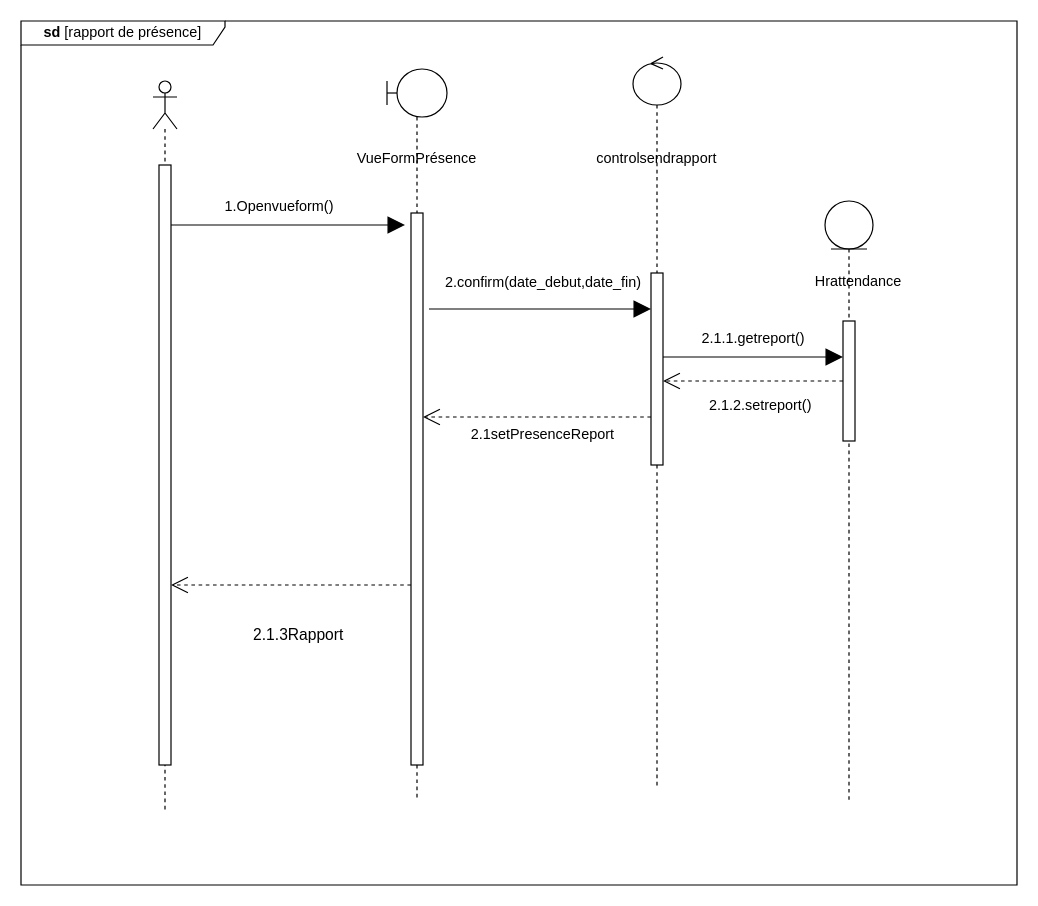
Before: static/Diagramme de séquence conceptuel rapport de présence.drawio in Siluearsene/borne_biometrique, a draw.io diagram. Source tidied: cells renumbered, new cells numbered last; positions are measured from the earlier drawing's top-left corner, leaving out a move shared by most shapes. Both pictures are drawn from the tidied source at 120%, with x=0, y=0 at pixel (20, 20).
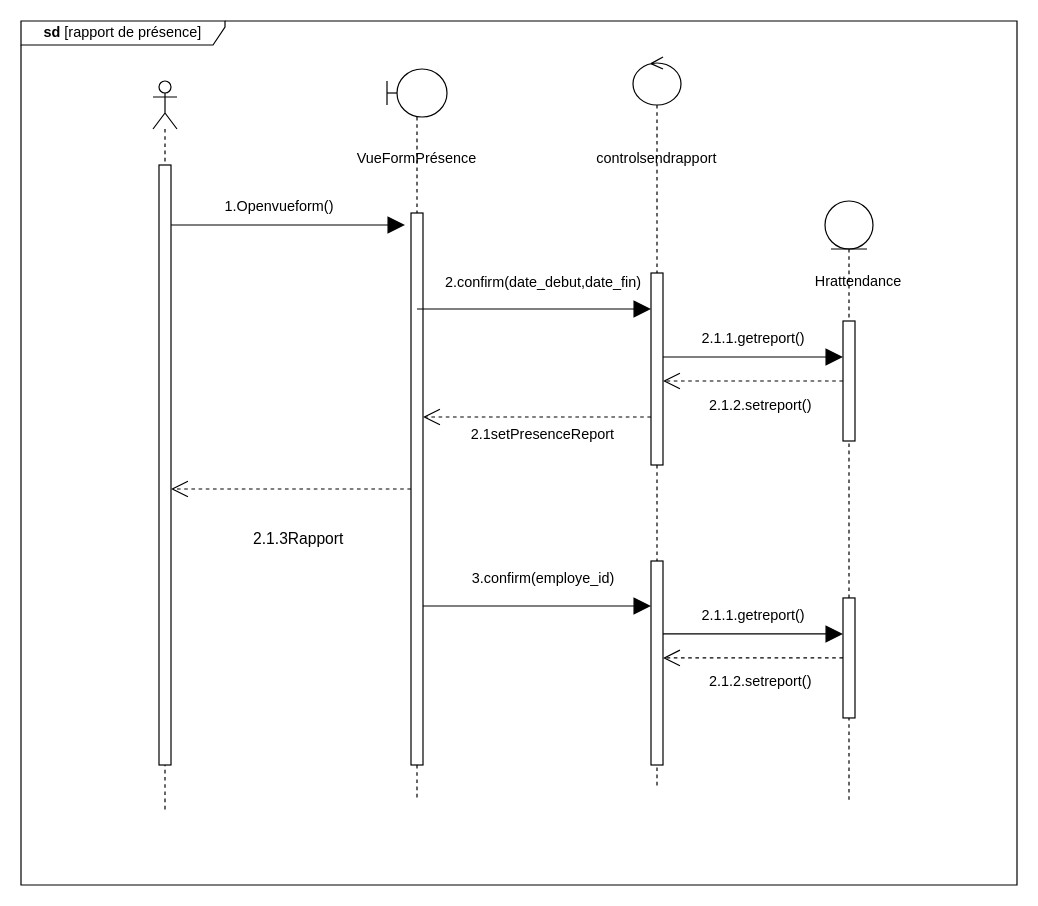
The same page after the edit.

Commit message (it also covers changes not shown here):
Mettre à jour Diagramme de séquence conceptuel rapport de présence.drawio

The change refers to these unchanged cells:
```xml
<mxCell id="12" style="html=1;points=[];perimeter=orthogonalPerimeter;outlineConnect=0;targetShapes=umlLifeline;portConstraint=eastwest;newEdgeStyle={&quot;edgeStyle&quot;:&quot;elbowEdgeStyle&quot;,&quot;elbow&quot;:&quot;vertical&quot;,&quot;curved&quot;:0,&quot;rounded&quot;:0};" parent="1" vertex="1">
  <mxGeometry x="525" y="210" width="10" height="160" as="geometry" />
</mxCell>
```

The edit, as a diff of the source:
```diff
@@
     <mxCell id="13" style="endArrow=block;endFill=1;endSize=12;html=1;rounded=0;" parent="1" edge="1" target="12">
       <mxGeometry relative="1" as="geometry">
-        <mxPoint x="340" y="240" as="sourcePoint" />
+        <mxPoint x="330" y="240" as="sourcePoint" />
       </mxGeometry>
     </mxCell>
@@
     <mxCell id="24" style="endArrow=open;dashed=1;endFill=0;endSize=12;html=1;rounded=0;" parent="1" edge="1">
       <mxGeometry relative="1" as="geometry">
-        <mxPoint x="325" y="470" as="sourcePoint" />
-        <mxPoint x="125" y="470" as="targetPoint" />
+        <mxPoint x="325" y="390" as="sourcePoint" />
+        <mxPoint x="125" y="390" as="targetPoint" />
       </mxGeometry>
     </mxCell>
@@
+    <mxCell id="26" style="html=1;perimeter=orthogonalPerimeter;targetShapes=umlLifeline;newEdgeStyle={&quot;edgeStyle&quot;:&quot;elbowEdgeStyle&quot;,&quot;elbow&quot;:&quot;vertical&quot;,&quot;curved&quot;:0,&quot;rounded&quot;:0};" parent="1" vertex="1">
+      <mxGeometry x="525" y="450" width="10" height="170" as="geometry" />
+    </mxCell>
+    <mxCell id="27" style="endArrow=block;endFill=1;endSize=12;html=1;rounded=0;" parent="1" edge="1">
+      <mxGeometry relative="1" as="geometry">
+        <mxPoint x="335" y="487.5" as="sourcePoint" />
+        <mxPoint x="525" y="487.5" as="targetPoint" />
+      </mxGeometry>
+    </mxCell>
+    <mxCell id="28" value="3.confirm(employe_id)" style="text;html=1;align=center;verticalAlign=middle;strokeColor=none;fillColor=none;" parent="1" vertex="1">
+      <mxGeometry x="365" y="450" width="140" height="30" as="geometry" />
+    </mxCell>
+    <mxCell id="29" style="html=1;perimeter=orthogonalPerimeter;targetShapes=umlLifeline;newEdgeStyle={&quot;edgeStyle&quot;:&quot;elbowEdgeStyle&quot;,&quot;elbow&quot;:&quot;vertical&quot;,&quot;curved&quot;:0,&quot;rounded&quot;:0};" parent="1" vertex="1">
+      <mxGeometry x="685" y="480.8" width="10" height="100" as="geometry" />
+    </mxCell>
+    <mxCell id="30" value="2.1.1.getreport()" style="text;html=1;align=center;verticalAlign=middle;strokeColor=none;fillColor=none;" parent="1" vertex="1">
+      <mxGeometry x="555" y="480.8" width="110" height="30" as="geometry" />
+    </mxCell>
+    <mxCell id="31" style="endArrow=block;endFill=1;endSize=12;html=1;rounded=0;" parent="1" edge="1">
+      <mxGeometry relative="1" as="geometry">
+        <mxPoint x="535" y="510.8" as="sourcePoint" />
+        <mxPoint x="685" y="510.8" as="targetPoint" />
+      </mxGeometry>
+    </mxCell>
+    <mxCell id="32" style="endArrow=open;dashed=1;endFill=0;endSize=12;html=1;rounded=0;" parent="1" edge="1">
+      <mxGeometry relative="1" as="geometry">
+        <mxPoint x="685" y="530.8" as="sourcePoint" />
+        <mxPoint x="535" y="530.8" as="targetPoint" />
+      </mxGeometry>
+    </mxCell>
+    <mxCell id="33" value="&lt;font style=&quot;font-size: 12px;&quot;&gt;2.1.2.setreport()&lt;/font&gt;" style="edgeLabel;html=1;align=center;verticalAlign=middle;" parent="32" vertex="1">
+      <mxGeometry x="0.04" y="5" relative="1" as="geometry">
+        <mxPoint x="8" y="15" as="offset" />
+      </mxGeometry>
+    </mxCell>
```
